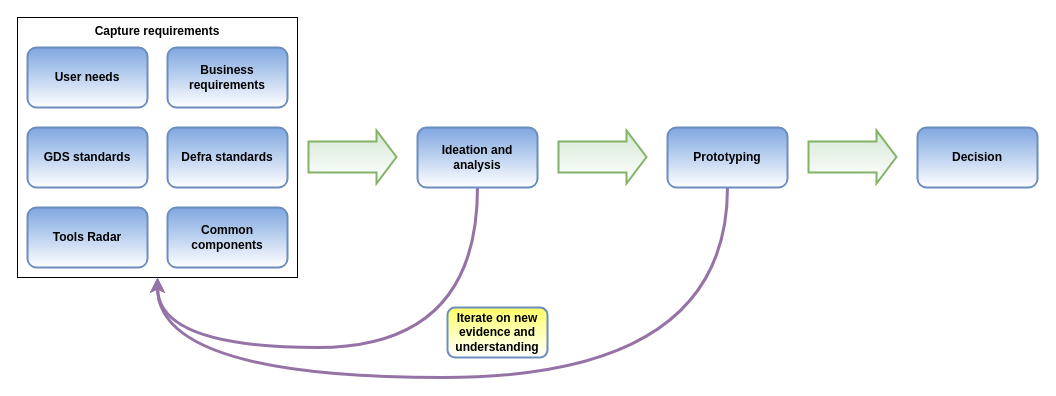
Above: FFD/alpha.drawio in DEFRA/ffc-diagrams (draw.io), before the change. Source tidied: cells renumbered, new cells numbered last; positions are measured from the earlier drawing's top-left corner, leaving out a move shared by most shapes. Both pictures are drawn from the tidied source at 100%, with x=0, y=0 at pixel (17, 17).
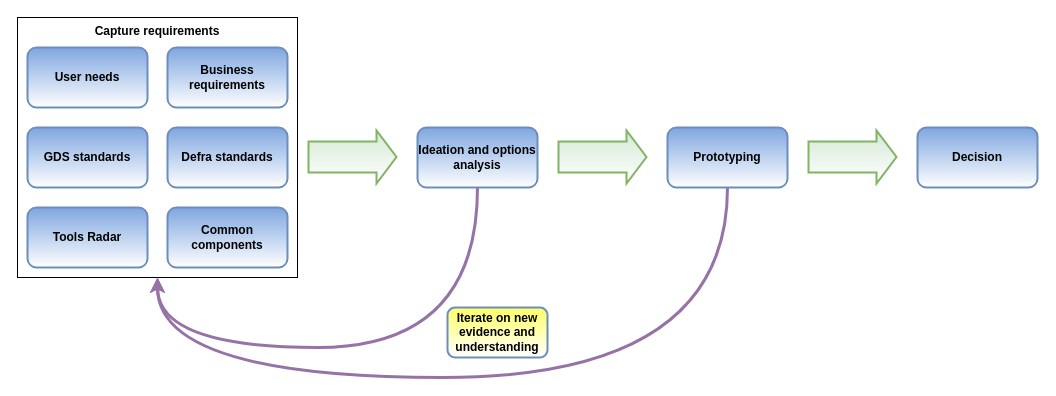
After the change.

Change to the diagram source:
```diff
@@
-    <mxCell id="11" value="Ideation and analysis" style="rounded=1;whiteSpace=wrap;html=1;fillColor=#7EA6E0;strokeColor=#6c8ebf;gradientColor=#ffffff;strokeWidth=2;fontStyle=1;" parent="1" vertex="1">
+    <mxCell id="11" value="Ideation and options analysis" style="rounded=1;whiteSpace=wrap;html=1;fillColor=#7EA6E0;strokeColor=#6c8ebf;gradientColor=#ffffff;strokeWidth=2;fontStyle=1;" parent="1" vertex="1">
       <mxGeometry x="400" y="110" width="120" height="60" as="geometry" />
     </mxCell>
```
